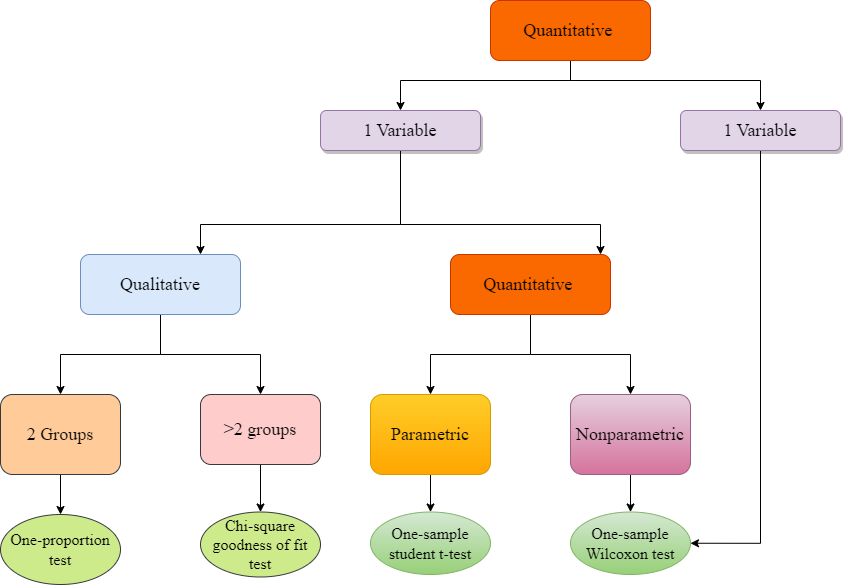
This is Two Qualitatative Diagram.drawio.png from Ochoka/Data, a draw.io export, as it was before one commit. Source tidied: cells renumbered, new cells last; positions are measured from the earlier drawing's top-left corner, leaving out a move shared by most shapes. Its diagram source:
```xml
<mxGraphModel>
  <root>
    <mxCell id="0" />
    <mxCell id="1" parent="0" />
    <mxCell id="2" style="edgeStyle=orthogonalEdgeStyle;rounded=0;jettySize=auto;html=1;exitX=0.5;exitY=1;exitDx=0;exitDy=0;entryX=0.5;entryY=0;entryDx=0;entryDy=0;" parent="1" edge="1" source="3" target="10">
      <mxGeometry relative="1" as="geometry" />
    </mxCell>
    <mxCell id="3" value="&lt;font style=&quot;font-size: 18px;&quot; face=&quot;Times New Roman&quot;&gt;2 Groups&lt;/font&gt;" style="rounded=1;whiteSpace=wrap;html=1;fontSize=12;glass=0;strokeWidth=1;shadow=0;fillColor=#ffcc99;strokeColor=#36393d;" parent="1" vertex="1">
      <mxGeometry y="394" width="120" height="80" as="geometry" />
    </mxCell>
    <mxCell id="4" style="edgeStyle=orthogonalEdgeStyle;rounded=0;jettySize=auto;html=1;entryX=0.5;entryY=0;entryDx=0;entryDy=0;" parent="1" edge="1" source="5" target="11">
      <mxGeometry relative="1" as="geometry" />
    </mxCell>
    <mxCell id="5" value="&lt;font style=&quot;font-size: 18px;&quot; face=&quot;Times New Roman&quot;&gt;&amp;gt;2 groups&lt;/font&gt;" style="rounded=1;whiteSpace=wrap;html=1;fillColor=#ffcccc;strokeColor=#36393d;" parent="1" vertex="1">
      <mxGeometry x="200" y="394" width="120" height="70" as="geometry" />
    </mxCell>
    <mxCell id="6" style="edgeStyle=orthogonalEdgeStyle;rounded=0;jettySize=auto;html=1;exitX=0.5;exitY=1;exitDx=0;exitDy=0;entryX=0.5;entryY=0;entryDx=0;entryDy=0;" parent="1" edge="1" source="7" target="12">
      <mxGeometry relative="1" as="geometry" />
    </mxCell>
    <mxCell id="7" value="&lt;font style=&quot;font-size: 18px;&quot; face=&quot;Times New Roman&quot;&gt;Parametric&lt;/font&gt;" style="rounded=1;whiteSpace=wrap;html=1;fillColor=#ffcd28;gradientColor=#ffa500;strokeColor=#d79b00;" parent="1" vertex="1">
      <mxGeometry x="370" y="394" width="120" height="80" as="geometry" />
    </mxCell>
    <mxCell id="8" style="edgeStyle=orthogonalEdgeStyle;rounded=0;jettySize=auto;html=1;exitX=0.5;exitY=1;exitDx=0;exitDy=0;entryX=0.5;entryY=0;entryDx=0;entryDy=0;" parent="1" edge="1" source="9" target="13">
      <mxGeometry relative="1" as="geometry" />
    </mxCell>
    <mxCell id="9" value="&lt;font style=&quot;font-size: 18px;&quot; face=&quot;Times New Roman&quot;&gt;Nonparametric&lt;/font&gt;" style="rounded=1;whiteSpace=wrap;html=1;fillColor=#e6d0de;gradientColor=#d5739d;strokeColor=#996185;" parent="1" vertex="1">
      <mxGeometry x="570" y="394" width="120" height="80" as="geometry" />
    </mxCell>
    <mxCell id="10" value="&lt;font style=&quot;font-size: 16px;&quot; face=&quot;Times New Roman&quot;&gt;One-proportion test&lt;/font&gt;" style="ellipse;whiteSpace=wrap;html=1;fillColor=#cdeb8b;strokeColor=#36393d;" parent="1" vertex="1">
      <mxGeometry y="514" width="120" height="70" as="geometry" />
    </mxCell>
    <mxCell id="11" value="&lt;font style=&quot;font-size: 16px;&quot; face=&quot;Times New Roman&quot;&gt;Chi-square goodness of fit test&lt;/font&gt;" style="ellipse;whiteSpace=wrap;html=1;fillColor=#cdeb8b;strokeColor=#36393d;" parent="1" vertex="1">
      <mxGeometry x="200" y="511.5" width="120" height="65" as="geometry" />
    </mxCell>
    <mxCell id="12" value="&lt;font style=&quot;font-size: 16px;&quot; face=&quot;Times New Roman&quot;&gt;One-sample student t-test&lt;/font&gt;" style="ellipse;whiteSpace=wrap;html=1;fillColor=#d5e8d4;gradientColor=#97d077;strokeColor=#82b366;" parent="1" vertex="1">
      <mxGeometry x="370" y="511.5" width="120" height="62.5" as="geometry" />
    </mxCell>
    <mxCell id="13" value="&lt;font face=&quot;Times New Roman&quot; style=&quot;font-size: 16px;&quot;&gt;One-sample Wilcoxon test&lt;/font&gt;" style="ellipse;whiteSpace=wrap;html=1;fillColor=#d5e8d4;gradientColor=#97d077;strokeColor=#82b366;" parent="1" vertex="1">
      <mxGeometry x="570" y="511.5" width="120" height="62.5" as="geometry" />
    </mxCell>
    <mxCell id="14" style="edgeStyle=orthogonalEdgeStyle;rounded=0;jettySize=auto;html=1;entryX=0.5;entryY=0;entryDx=0;entryDy=0;" parent="1" edge="1" source="16" target="3">
      <mxGeometry relative="1" as="geometry" />
    </mxCell>
    <mxCell id="15" style="edgeStyle=orthogonalEdgeStyle;rounded=0;jettySize=auto;html=1;entryX=0.5;entryY=0;entryDx=0;entryDy=0;" parent="1" edge="1" source="16" target="5">
      <mxGeometry relative="1" as="geometry" />
    </mxCell>
    <mxCell id="16" value="&lt;font style=&quot;font-size: 18px;&quot; face=&quot;Times New Roman&quot;&gt;Qualitative&lt;/font&gt;" style="rounded=1;whiteSpace=wrap;html=1;fillColor=#dae8fc;strokeColor=#6c8ebf;" parent="1" vertex="1">
      <mxGeometry x="80" y="254" width="160" height="60" as="geometry" />
    </mxCell>
    <mxCell id="17" style="edgeStyle=orthogonalEdgeStyle;rounded=0;jettySize=auto;html=1;entryX=0.5;entryY=0;entryDx=0;entryDy=0;" parent="1" edge="1" source="19" target="7">
      <mxGeometry relative="1" as="geometry" />
    </mxCell>
    <mxCell id="18" style="edgeStyle=orthogonalEdgeStyle;rounded=0;jettySize=auto;html=1;" parent="1" edge="1" source="19" target="9">
      <mxGeometry relative="1" as="geometry" />
    </mxCell>
    <mxCell id="19" value="&lt;font style=&quot;font-size: 18px;&quot; face=&quot;Times New Roman&quot;&gt;Quantitative&amp;nbsp;&lt;/font&gt;" style="rounded=1;whiteSpace=wrap;html=1;fillColor=#fa6800;strokeColor=#C73500;fontColor=#000000;" parent="1" vertex="1">
      <mxGeometry x="450" y="254" width="160" height="60" as="geometry" />
    </mxCell>
    <mxCell id="20" style="edgeStyle=orthogonalEdgeStyle;rounded=0;jettySize=auto;html=1;" parent="1" edge="1" source="22" target="16">
      <mxGeometry relative="1" as="geometry">
        <Array as="points">
          <mxPoint x="400" y="224" />
          <mxPoint x="200" y="224" />
        </Array>
      </mxGeometry>
    </mxCell>
    <mxCell id="21" style="edgeStyle=orthogonalEdgeStyle;rounded=0;jettySize=auto;html=1;" parent="1" edge="1" source="22" target="19">
      <mxGeometry relative="1" as="geometry">
        <Array as="points">
          <mxPoint x="400" y="224" />
          <mxPoint x="600" y="224" />
        </Array>
      </mxGeometry>
    </mxCell>
    <mxCell id="22" value="&lt;font style=&quot;font-size: 18px;&quot; face=&quot;Times New Roman&quot;&gt;1 Variable&lt;/font&gt;" style="rounded=1;whiteSpace=wrap;html=1;fillColor=#e1d5e7;strokeColor=#9673a6;shadow=1;" parent="1" vertex="1">
      <mxGeometry x="320" y="110" width="160" height="40" as="geometry" />
    </mxCell>
    <mxCell id="23" style="edgeStyle=orthogonalEdgeStyle;rounded=0;jettySize=auto;html=1;entryX=1;entryY=0.5;entryDx=0;entryDy=0;" parent="1" edge="1" source="24" target="13">
      <mxGeometry relative="1" as="geometry" />
    </mxCell>
    <mxCell id="24" value="&lt;font style=&quot;font-size: 18px;&quot; face=&quot;Times New Roman&quot;&gt;1 Variable&lt;/font&gt;" style="rounded=1;whiteSpace=wrap;html=1;fillColor=#e1d5e7;strokeColor=#9673a6;shadow=1;" parent="1" vertex="1">
      <mxGeometry x="680" y="110" width="160" height="40" as="geometry" />
    </mxCell>
    <mxCell id="25" style="edgeStyle=orthogonalEdgeStyle;rounded=0;jettySize=auto;html=1;entryX=0.5;entryY=0;entryDx=0;entryDy=0;" parent="1" edge="1" source="27" target="22">
      <mxGeometry relative="1" as="geometry">
        <Array as="points">
          <mxPoint x="570" y="80" />
          <mxPoint x="400" y="80" />
        </Array>
      </mxGeometry>
    </mxCell>
    <mxCell id="26" style="edgeStyle=orthogonalEdgeStyle;rounded=0;jettySize=auto;html=1;entryX=0.5;entryY=0;entryDx=0;entryDy=0;" parent="1" edge="1" source="27" target="24">
      <mxGeometry relative="1" as="geometry">
        <Array as="points">
          <mxPoint x="570" y="80" />
          <mxPoint x="760" y="80" />
        </Array>
      </mxGeometry>
    </mxCell>
    <mxCell id="27" value="&lt;font style=&quot;font-size: 18px;&quot; face=&quot;Times New Roman&quot;&gt;Quantitative&amp;nbsp;&lt;/font&gt;" style="rounded=1;whiteSpace=wrap;html=1;fillColor=#fa6800;strokeColor=#C73500;fontColor=#000000;" parent="1" vertex="1">
      <mxGeometry x="490" width="160" height="60" as="geometry" />
    </mxCell>
  </root>
</mxGraphModel>
```
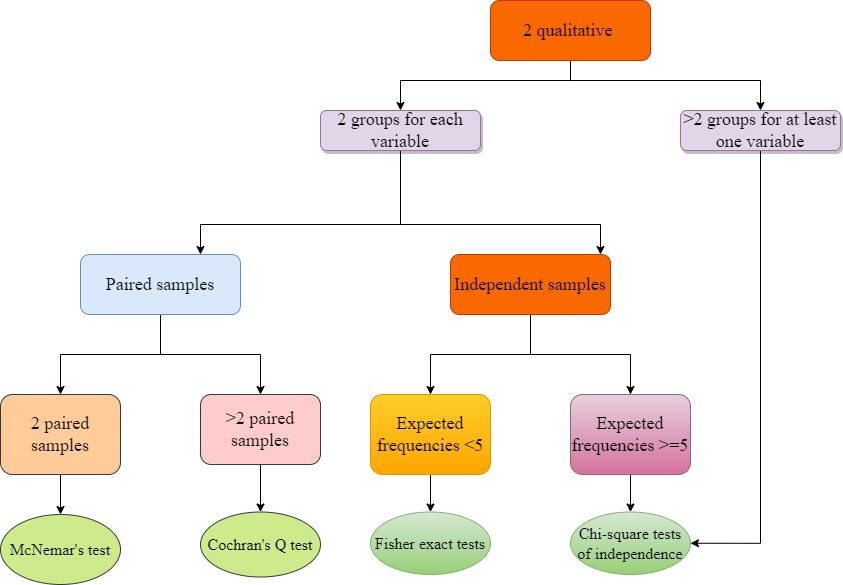
Above is the later version.

Diff of the diagram source:
```diff
@@ -5,37 +5,37 @@
     <mxCell id="2" style="edgeStyle=orthogonalEdgeStyle;rounded=0;jettySize=auto;html=1;exitX=0.5;exitY=1;exitDx=0;exitDy=0;entryX=0.5;entryY=0;entryDx=0;entryDy=0;" parent="1" edge="1" source="3" target="10">
       <mxGeometry relative="1" as="geometry" />
     </mxCell>
-    <mxCell id="3" value="&lt;font style=&quot;font-size: 18px;&quot; face=&quot;Times New Roman&quot;&gt;2 Groups&lt;/font&gt;" style="rounded=1;whiteSpace=wrap;html=1;fontSize=12;glass=0;strokeWidth=1;shadow=0;fillColor=#ffcc99;strokeColor=#36393d;" parent="1" vertex="1">
+    <mxCell id="3" value="&lt;font style=&quot;font-size: 18px;&quot; face=&quot;Times New Roman&quot;&gt;2 paired samples&lt;/font&gt;" style="rounded=1;whiteSpace=wrap;html=1;fontSize=12;glass=0;strokeWidth=1;shadow=0;fillColor=#ffcc99;strokeColor=#36393d;" parent="1" vertex="1">
       <mxGeometry y="394" width="120" height="80" as="geometry" />
     </mxCell>
     <mxCell id="4" style="edgeStyle=orthogonalEdgeStyle;rounded=0;jettySize=auto;html=1;entryX=0.5;entryY=0;entryDx=0;entryDy=0;" parent="1" edge="1" source="5" target="11">
       <mxGeometry relative="1" as="geometry" />
     </mxCell>
-    <mxCell id="5" value="&lt;font style=&quot;font-size: 18px;&quot; face=&quot;Times New Roman&quot;&gt;&amp;gt;2 groups&lt;/font&gt;" style="rounded=1;whiteSpace=wrap;html=1;fillColor=#ffcccc;strokeColor=#36393d;" parent="1" vertex="1">
+    <mxCell id="5" value="&lt;font face=&quot;Times New Roman&quot;&gt;&lt;span style=&quot;font-size: 18px;&quot;&gt;&amp;gt;2 paired samples&lt;/span&gt;&lt;/font&gt;" style="rounded=1;whiteSpace=wrap;html=1;fillColor=#ffcccc;strokeColor=#36393d;" parent="1" vertex="1">
       <mxGeometry x="200" y="394" width="120" height="70" as="geometry" />
     </mxCell>
     <mxCell id="6" style="edgeStyle=orthogonalEdgeStyle;rounded=0;jettySize=auto;html=1;exitX=0.5;exitY=1;exitDx=0;exitDy=0;entryX=0.5;entryY=0;entryDx=0;entryDy=0;" parent="1" edge="1" source="7" target="12">
       <mxGeometry relative="1" as="geometry" />
     </mxCell>
-    <mxCell id="7" value="&lt;font style=&quot;font-size: 18px;&quot; face=&quot;Times New Roman&quot;&gt;Parametric&lt;/font&gt;" style="rounded=1;whiteSpace=wrap;html=1;fillColor=#ffcd28;gradientColor=#ffa500;strokeColor=#d79b00;" parent="1" vertex="1">
+    <mxCell id="7" value="&lt;font style=&quot;font-size: 18px;&quot; face=&quot;Times New Roman&quot;&gt;Expected frequencies &amp;lt;5&lt;/font&gt;" style="rounded=1;whiteSpace=wrap;html=1;fillColor=#ffcd28;gradientColor=#ffa500;strokeColor=#d79b00;" parent="1" vertex="1">
       <mxGeometry x="370" y="394" width="120" height="80" as="geometry" />
     </mxCell>
     <mxCell id="8" style="edgeStyle=orthogonalEdgeStyle;rounded=0;jettySize=auto;html=1;exitX=0.5;exitY=1;exitDx=0;exitDy=0;entryX=0.5;entryY=0;entryDx=0;entryDy=0;" parent="1" edge="1" source="9" target="13">
       <mxGeometry relative="1" as="geometry" />
     </mxCell>
-    <mxCell id="9" value="&lt;font style=&quot;font-size: 18px;&quot; face=&quot;Times New Roman&quot;&gt;Nonparametric&lt;/font&gt;" style="rounded=1;whiteSpace=wrap;html=1;fillColor=#e6d0de;gradientColor=#d5739d;strokeColor=#996185;" parent="1" vertex="1">
+    <mxCell id="9" value="&lt;font style=&quot;font-size: 18px;&quot; face=&quot;Times New Roman&quot;&gt;Expected frequencies &amp;gt;=5&lt;/font&gt;" style="rounded=1;whiteSpace=wrap;html=1;fillColor=#e6d0de;gradientColor=#d5739d;strokeColor=#996185;" parent="1" vertex="1">
       <mxGeometry x="570" y="394" width="120" height="80" as="geometry" />
     </mxCell>
-    <mxCell id="10" value="&lt;font style=&quot;font-size: 16px;&quot; face=&quot;Times New Roman&quot;&gt;One-proportion test&lt;/font&gt;" style="ellipse;whiteSpace=wrap;html=1;fillColor=#cdeb8b;strokeColor=#36393d;" parent="1" vertex="1">
+    <mxCell id="10" value="&lt;font style=&quot;font-size: 16px;&quot; face=&quot;Times New Roman&quot;&gt;McNemar's test&lt;/font&gt;" style="ellipse;whiteSpace=wrap;html=1;fillColor=#cdeb8b;strokeColor=#36393d;" parent="1" vertex="1">
       <mxGeometry y="514" width="120" height="70" as="geometry" />
     </mxCell>
-    <mxCell id="11" value="&lt;font style=&quot;font-size: 16px;&quot; face=&quot;Times New Roman&quot;&gt;Chi-square goodness of fit test&lt;/font&gt;" style="ellipse;whiteSpace=wrap;html=1;fillColor=#cdeb8b;strokeColor=#36393d;" parent="1" vertex="1">
+    <mxCell id="11" value="&lt;font style=&quot;font-size: 16px;&quot; face=&quot;Times New Roman&quot;&gt;Cochran's Q test&lt;/font&gt;" style="ellipse;whiteSpace=wrap;html=1;fillColor=#cdeb8b;strokeColor=#36393d;" parent="1" vertex="1">
       <mxGeometry x="200" y="511.5" width="120" height="65" as="geometry" />
     </mxCell>
-    <mxCell id="12" value="&lt;font style=&quot;font-size: 16px;&quot; face=&quot;Times New Roman&quot;&gt;One-sample student t-test&lt;/font&gt;" style="ellipse;whiteSpace=wrap;html=1;fillColor=#d5e8d4;gradientColor=#97d077;strokeColor=#82b366;" parent="1" vertex="1">
+    <mxCell id="12" value="&lt;font style=&quot;font-size: 16px;&quot; face=&quot;Times New Roman&quot;&gt;Fisher exact tests&lt;/font&gt;" style="ellipse;whiteSpace=wrap;html=1;fillColor=#d5e8d4;gradientColor=#97d077;strokeColor=#82b366;" parent="1" vertex="1">
       <mxGeometry x="370" y="511.5" width="120" height="62.5" as="geometry" />
     </mxCell>
-    <mxCell id="13" value="&lt;font face=&quot;Times New Roman&quot; style=&quot;font-size: 16px;&quot;&gt;One-sample Wilcoxon test&lt;/font&gt;" style="ellipse;whiteSpace=wrap;html=1;fillColor=#d5e8d4;gradientColor=#97d077;strokeColor=#82b366;" parent="1" vertex="1">
+    <mxCell id="13" value="&lt;font face=&quot;Times New Roman&quot; style=&quot;font-size: 16px;&quot;&gt;Chi-square tests of independence&lt;/font&gt;" style="ellipse;whiteSpace=wrap;html=1;fillColor=#d5e8d4;gradientColor=#97d077;strokeColor=#82b366;" parent="1" vertex="1">
       <mxGeometry x="570" y="511.5" width="120" height="62.5" as="geometry" />
     </mxCell>
     <mxCell id="14" style="edgeStyle=orthogonalEdgeStyle;rounded=0;jettySize=auto;html=1;entryX=0.5;entryY=0;entryDx=0;entryDy=0;" parent="1" edge="1" source="16" target="3">
@@ -44,7 +44,7 @@
     <mxCell id="15" style="edgeStyle=orthogonalEdgeStyle;rounded=0;jettySize=auto;html=1;entryX=0.5;entryY=0;entryDx=0;entryDy=0;" parent="1" edge="1" source="16" target="5">
       <mxGeometry relative="1" as="geometry" />
     </mxCell>
-    <mxCell id="16" value="&lt;font style=&quot;font-size: 18px;&quot; face=&quot;Times New Roman&quot;&gt;Qualitative&lt;/font&gt;" style="rounded=1;whiteSpace=wrap;html=1;fillColor=#dae8fc;strokeColor=#6c8ebf;" parent="1" vertex="1">
+    <mxCell id="16" value="&lt;font style=&quot;font-size: 18px;&quot; face=&quot;Times New Roman&quot;&gt;Paired samples&lt;/font&gt;" style="rounded=1;whiteSpace=wrap;html=1;fillColor=#dae8fc;strokeColor=#6c8ebf;" parent="1" vertex="1">
       <mxGeometry x="80" y="254" width="160" height="60" as="geometry" />
     </mxCell>
     <mxCell id="17" style="edgeStyle=orthogonalEdgeStyle;rounded=0;jettySize=auto;html=1;entryX=0.5;entryY=0;entryDx=0;entryDy=0;" parent="1" edge="1" source="19" target="7">
@@ -53,7 +53,7 @@
     <mxCell id="18" style="edgeStyle=orthogonalEdgeStyle;rounded=0;jettySize=auto;html=1;" parent="1" edge="1" source="19" target="9">
       <mxGeometry relative="1" as="geometry" />
     </mxCell>
-    <mxCell id="19" value="&lt;font style=&quot;font-size: 18px;&quot; face=&quot;Times New Roman&quot;&gt;Quantitative&amp;nbsp;&lt;/font&gt;" style="rounded=1;whiteSpace=wrap;html=1;fillColor=#fa6800;strokeColor=#C73500;fontColor=#000000;" parent="1" vertex="1">
+    <mxCell id="19" value="&lt;font style=&quot;font-size: 18px;&quot; face=&quot;Times New Roman&quot;&gt;Independent samples&lt;/font&gt;" style="rounded=1;whiteSpace=wrap;html=1;fillColor=#fa6800;strokeColor=#C73500;fontColor=#000000;" parent="1" vertex="1">
       <mxGeometry x="450" y="254" width="160" height="60" as="geometry" />
     </mxCell>
     <mxCell id="20" style="edgeStyle=orthogonalEdgeStyle;rounded=0;jettySize=auto;html=1;" parent="1" edge="1" source="22" target="16">
@@ -72,13 +72,13 @@
         </Array>
       </mxGeometry>
     </mxCell>
-    <mxCell id="22" value="&lt;font style=&quot;font-size: 18px;&quot; face=&quot;Times New Roman&quot;&gt;1 Variable&lt;/font&gt;" style="rounded=1;whiteSpace=wrap;html=1;fillColor=#e1d5e7;strokeColor=#9673a6;shadow=1;" parent="1" vertex="1">
+    <mxCell id="22" value="&lt;font style=&quot;font-size: 18px;&quot; face=&quot;Times New Roman&quot;&gt;2 groups for each variable&lt;/font&gt;" style="rounded=1;whiteSpace=wrap;html=1;fillColor=#e1d5e7;strokeColor=#9673a6;shadow=1;" parent="1" vertex="1">
       <mxGeometry x="320" y="110" width="160" height="40" as="geometry" />
     </mxCell>
     <mxCell id="23" style="edgeStyle=orthogonalEdgeStyle;rounded=0;jettySize=auto;html=1;entryX=1;entryY=0.5;entryDx=0;entryDy=0;" parent="1" edge="1" source="24" target="13">
       <mxGeometry relative="1" as="geometry" />
     </mxCell>
-    <mxCell id="24" value="&lt;font style=&quot;font-size: 18px;&quot; face=&quot;Times New Roman&quot;&gt;1 Variable&lt;/font&gt;" style="rounded=1;whiteSpace=wrap;html=1;fillColor=#e1d5e7;strokeColor=#9673a6;shadow=1;" parent="1" vertex="1">
+    <mxCell id="24" value="&lt;font face=&quot;Times New Roman&quot;&gt;&lt;span style=&quot;font-size: 18px;&quot;&gt;&amp;gt;2 groups for at least one variable&lt;/span&gt;&lt;/font&gt;" style="rounded=1;whiteSpace=wrap;html=1;fillColor=#e1d5e7;strokeColor=#9673a6;shadow=1;" parent="1" vertex="1">
       <mxGeometry x="680" y="110" width="160" height="40" as="geometry" />
     </mxCell>
     <mxCell id="25" style="edgeStyle=orthogonalEdgeStyle;rounded=0;jettySize=auto;html=1;entryX=0.5;entryY=0;entryDx=0;entryDy=0;" parent="1" edge="1" source="27" target="22">
@@ -97,7 +97,7 @@
         </Array>
       </mxGeometry>
     </mxCell>
-    <mxCell id="27" value="&lt;font style=&quot;font-size: 18px;&quot; face=&quot;Times New Roman&quot;&gt;Quantitative&amp;nbsp;&lt;/font&gt;" style="rounded=1;whiteSpace=wrap;html=1;fillColor=#fa6800;strokeColor=#C73500;fontColor=#000000;" parent="1" vertex="1">
+    <mxCell id="27" value="&lt;font style=&quot;font-size: 18px;&quot; face=&quot;Times New Roman&quot;&gt;2 qualitative&amp;nbsp;&lt;/font&gt;" style="rounded=1;whiteSpace=wrap;html=1;fillColor=#fa6800;strokeColor=#C73500;fontColor=#000000;" parent="1" vertex="1">
       <mxGeometry x="490" width="160" height="60" as="geometry" />
     </mxCell>
   </root>
```
